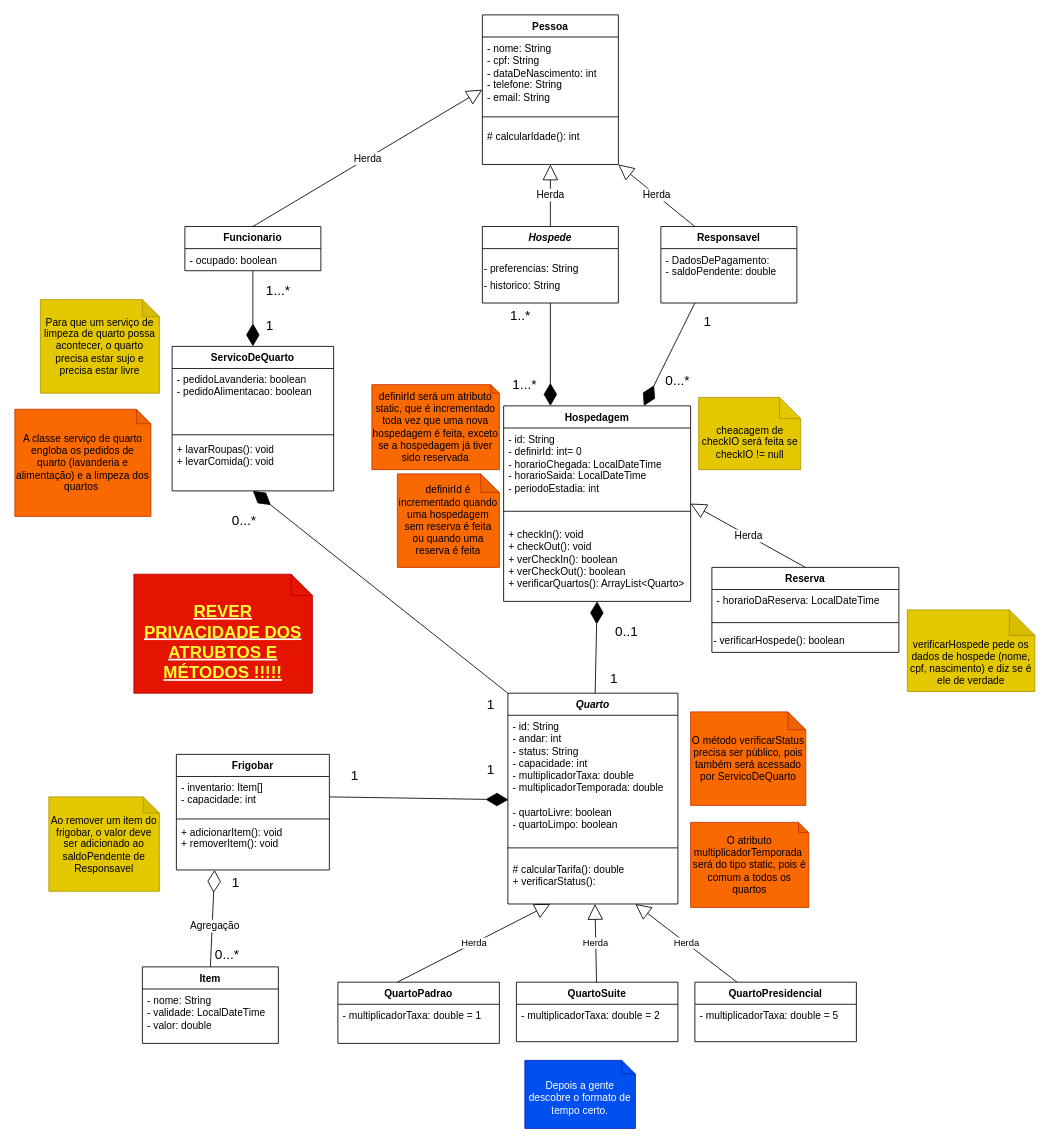
Before: HotelDeHilbert.drawio in tucq27/Entrega1-IP2-SmartHotel, a draw.io diagram. Source tidied: cells renumbered, new cells numbered last; positions are measured from the earlier drawing's top-left corner, leaving out a move shared by most shapes. Both pictures are drawn from the tidied source at 85%, with x=0, y=0 at pixel (14, 14).
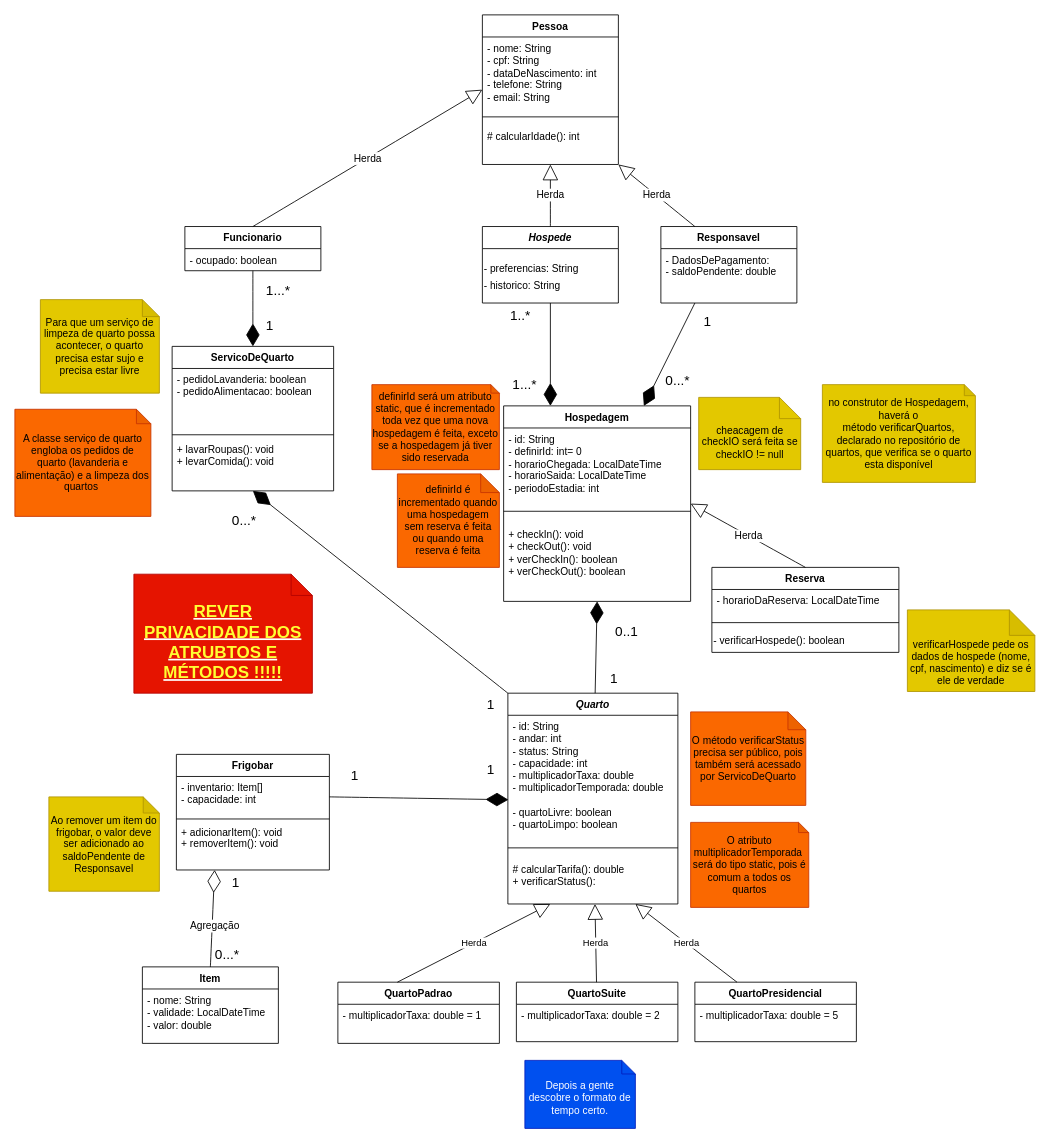
The same diagram, later.

Commit message (it also covers changes not shown here):
removi o método verificarQuartos de Hospedagem

o método verificarQuartos ainda será usado no construtor de Hospedagem para dizer se existem quartos disponíveis, mas sua declaração ocorrerá na classe de repositório de quartos

Unchanged cells that the change refers to:
```xml
<mxCell id="37" value="Hospedagem" style="swimlane;fontStyle=1;align=center;verticalAlign=top;horizontal=1;startSize=26;whiteSpace=wrap;html=1;" parent="1" vertex="1">
  <mxGeometry x="575" y="460" width="220" height="230" as="geometry" />
</mxCell>
```

Change to the diagram source:
```diff
@@
-    <mxCell id="40" value="+ checkIn(): void&lt;div&gt;+ checkOut(): void&lt;div&gt;+ verCheckIn(): boolean&lt;/div&gt;&lt;/div&gt;&lt;div&gt;+ verCheckOut(): boolean&lt;/div&gt;&lt;div&gt;+ verificarQuartos(): ArrayList&amp;lt;Quarto&amp;gt;&lt;/div&gt;" style="text;strokeColor=none;fillColor=none;align=left;verticalAlign=top;spacingLeft=4;spacingRight=4;overflow=hidden;whiteSpace=wrap;html=1;" parent="37" vertex="1">
+    <mxCell id="40" value="+ checkIn(): void&lt;div&gt;+ checkOut(): void&lt;div&gt;+ verCheckIn(): boolean&lt;/div&gt;&lt;/div&gt;&lt;div&gt;+ verCheckOut(): boolean&lt;/div&gt;&lt;div&gt;&lt;br&gt;&lt;/div&gt;" style="text;strokeColor=none;fillColor=none;align=left;verticalAlign=top;spacingLeft=4;spacingRight=4;overflow=hidden;whiteSpace=wrap;html=1;" parent="37" vertex="1">
       <mxGeometry y="138" width="220" height="92" as="geometry" />
     </mxCell>
@@
+    <mxCell id="81" value="no construtor de Hospedagem, haverá o método&lt;span style=&quot;text-align: left;&quot;&gt;&amp;nbsp;verificarQuartos, declarado no repositório de quartos, que verifica se o quarto esta disponível&lt;/span&gt;" style="shape=note;whiteSpace=wrap;html=1;backgroundOutline=1;darkOpacity=0.05;size=13;fillColor=#e3c800;fontColor=#000000;strokeColor=#B09500;" parent="1" vertex="1">
+      <mxGeometry x="950" y="435" width="180" height="115" as="geometry" />
+    </mxCell>
```
